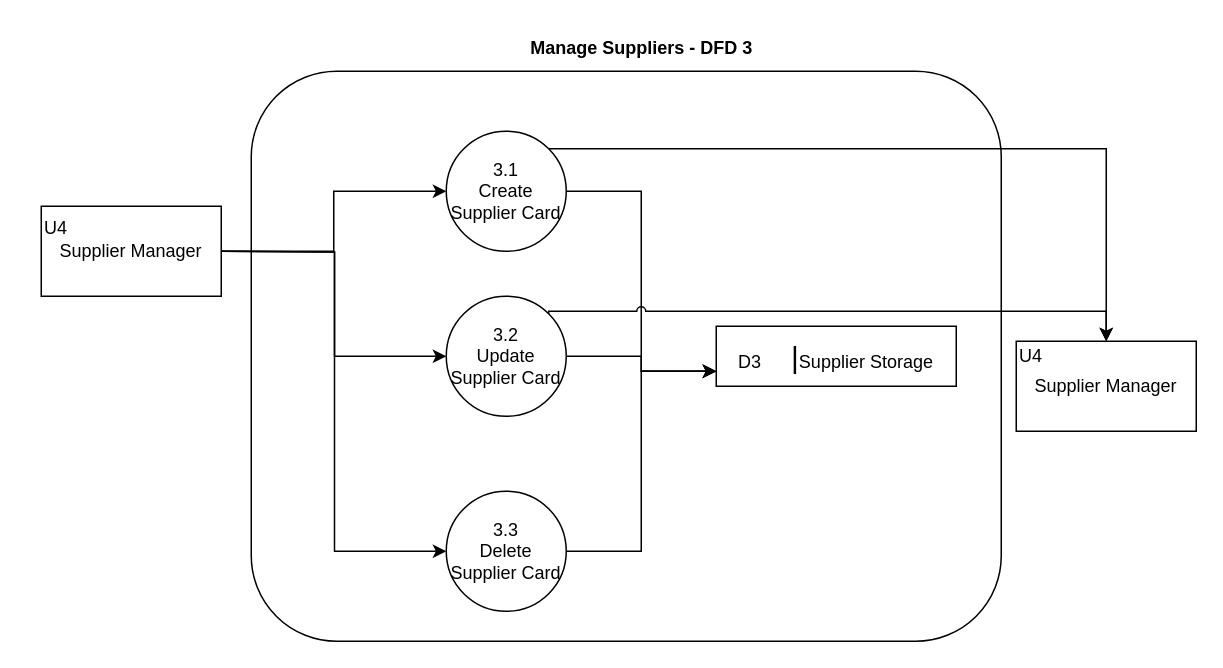
This is docs/Ass3/Suppliers DFD-3.drawio from BatelBB/Analysis-Design-of-Software-Systems---Course-Prioject, a draw.io file, before an edit. Source tidied: cells renumbered, new cells numbered last; positions are measured from the earlier drawing's top-left corner, leaving out a move shared by most shapes. Both pictures are drawn from the tidied source at 150%, with x=0, y=0 at pixel (26, 26).
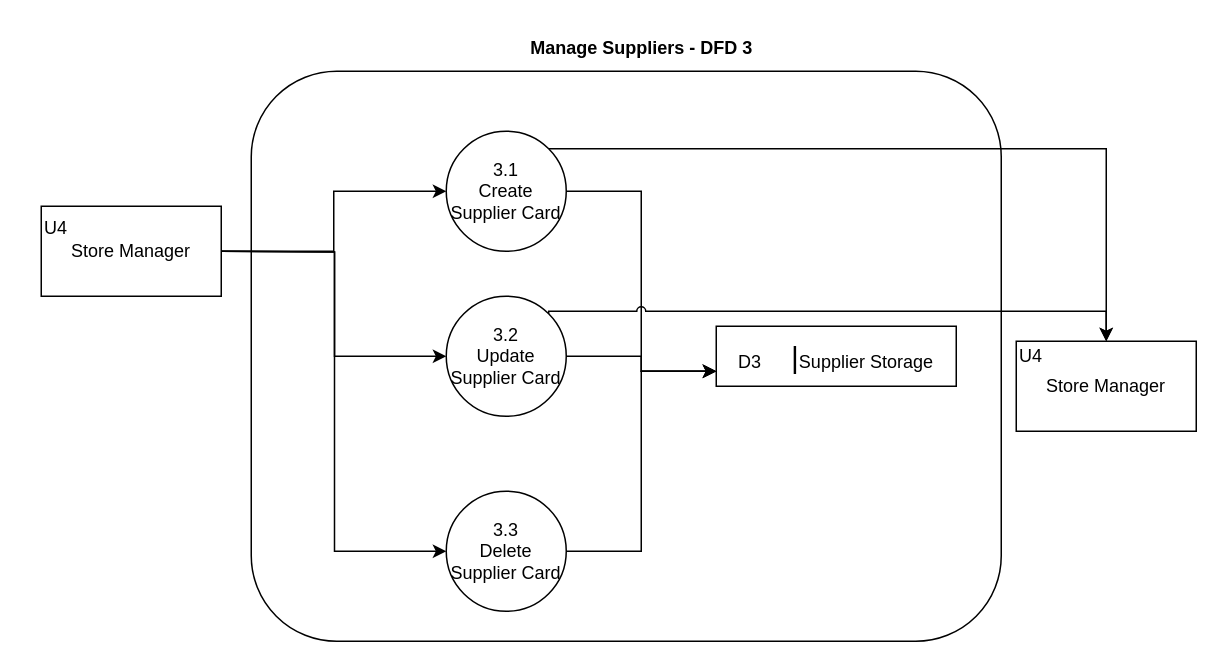
Above is the later version.

Commit message (it also covers changes not shown here):
Fixed supplier dfd

Change to the diagram source:
```diff
@@
-    <mxCell id="5" value="Supplier Manager" style="rounded=0;whiteSpace=wrap;html=1;" parent="1" vertex="1">
+    <mxCell id="5" value="Store Manager" style="rounded=0;whiteSpace=wrap;html=1;" parent="1" vertex="1">
       <mxGeometry x="10" y="120" width="120" height="60" as="geometry" />
     </mxCell>
@@
-    <mxCell id="17" value="Supplier Manager" style="rounded=0;whiteSpace=wrap;html=1;" parent="1" vertex="1">
+    <mxCell id="17" value="Store Manager" style="rounded=0;whiteSpace=wrap;html=1;" parent="1" vertex="1">
       <mxGeometry x="660" y="210" width="120" height="60" as="geometry" />
     </mxCell>
```
